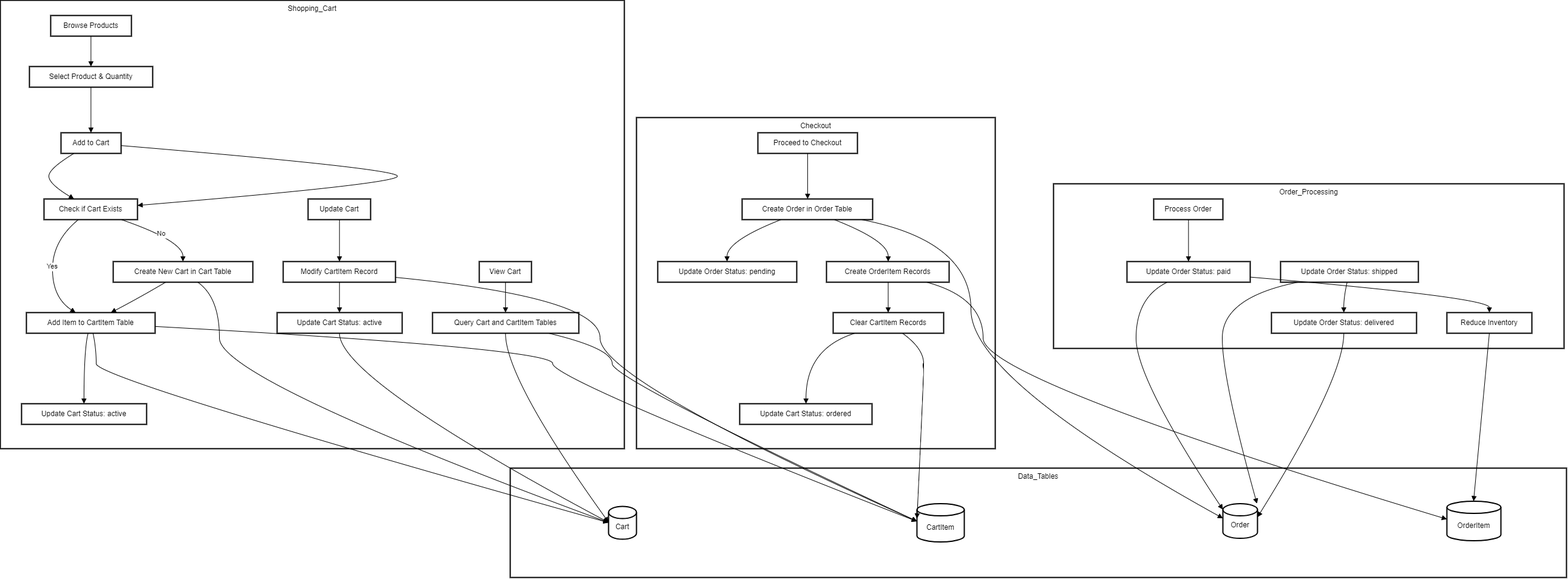
Iwoooooods/OrderSystem keeps this draw.io diagram as 购物流程.drawio.png. Above is the earlier version. Source tidied: cells renumbered, new cells last; positions are measured from the earlier drawing's top-left corner, leaving out a move shared by most shapes.
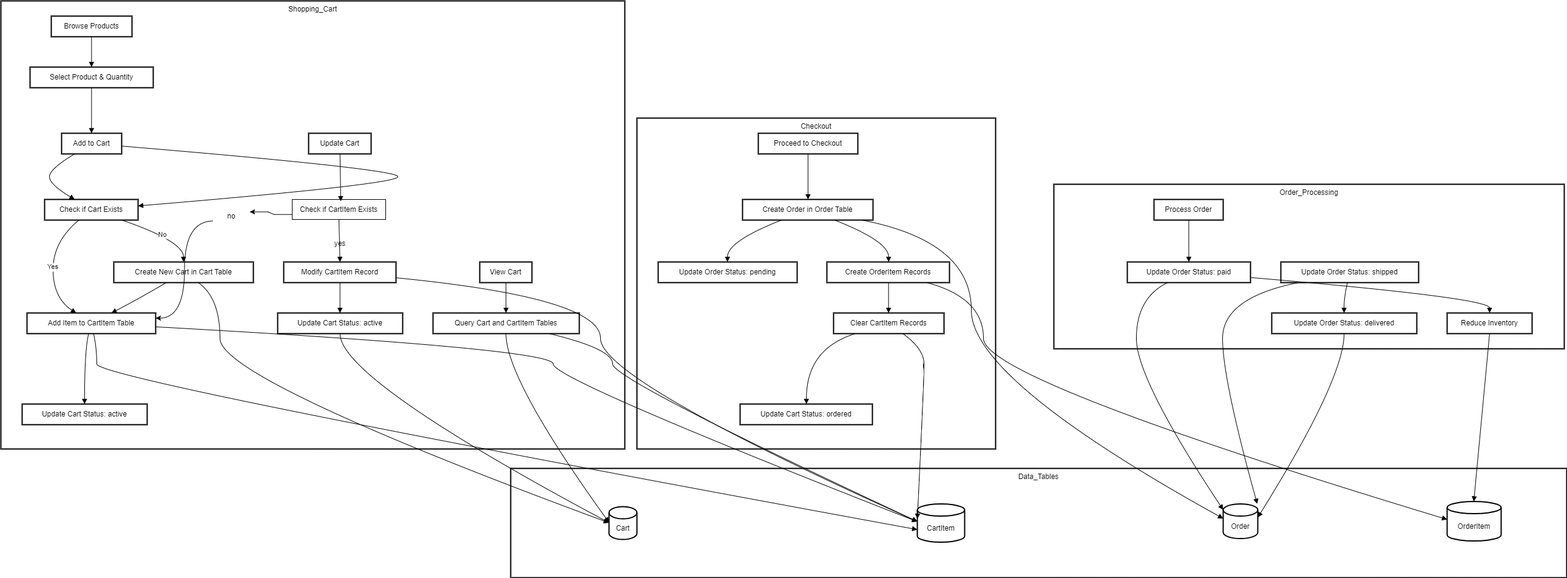
After the change.

What changed in the source:
```diff
@@ -81,7 +81,7 @@
       <mxGeometry x="186" y="430" width="230" height="34" as="geometry" />
     </mxCell>
     <mxCell id="28" value="Update Cart" style="whiteSpace=wrap;strokeWidth=2;" parent="1" vertex="1">
-      <mxGeometry x="507" y="327" width="103" height="34" as="geometry" />
+      <mxGeometry x="507" y="218" width="103" height="34" as="geometry" />
     </mxCell>
     <mxCell id="29" value="Update Cart Status: active" style="whiteSpace=wrap;strokeWidth=2;" parent="1" vertex="1">
       <mxGeometry x="456" y="514" width="206" height="34" as="geometry" />
@@ -163,7 +163,7 @@
         </Array>
       </mxGeometry>
     </mxCell>
-    <mxCell id="44" style="curved=1;startArrow=none;endArrow=block;exitX=0.5021617111650486;exitY=1;entryX=0.5012035472972973;entryY=0;rounded=0;" parent="1" edge="1" source="28" target="30">
+    <mxCell id="44" style="curved=1;startArrow=none;endArrow=block;exitX=0.5;exitY=1;entryX=0.5012035472972973;entryY=0;rounded=0;exitDx=0;exitDy=0;" parent="1" edge="1" source="67" target="30">
       <mxGeometry relative="1" as="geometry" />
     </mxCell>
     <mxCell id="45" style="curved=1;startArrow=none;endArrow=block;exitX=0.5027252906976745;exitY=1;entryX=0.4988978215767635;entryY=0;rounded=0;" parent="1" edge="1" source="31" target="32">
@@ -199,7 +199,7 @@
         </Array>
       </mxGeometry>
     </mxCell>
-    <mxCell id="52" style="curved=1;startArrow=none;endArrow=block;exitX=0.5177485627948113;exitY=1;entryX=0.01065726902173913;entryY=0.4947256608779374;rounded=0;" parent="1" edge="1" source="26" target="3">
+    <mxCell id="52" style="curved=1;startArrow=none;endArrow=block;exitX=0.5177485627948113;exitY=1;entryX=0;entryY=0;rounded=0;entryDx=0;entryDy=42.25;entryPerimeter=0;" parent="1" edge="1" source="26" target="4">
       <mxGeometry relative="1" as="geometry">
         <Array as="points">
           <mxPoint x="158" y="573" />
@@ -303,5 +303,25 @@
         </Array>
       </mxGeometry>
     </mxCell>
+    <mxCell id="66" style="edgeStyle=orthogonalEdgeStyle;rounded=0;jettySize=auto;html=1;exitX=0;exitY=0.75;exitDx=0;exitDy=0;entryX=1;entryY=0.25;entryDx=0;entryDy=0;curved=1;" parent="1" edge="1" source="71" target="26">
+      <mxGeometry relative="1" as="geometry" />
+    </mxCell>
+    <mxCell id="67" value="Check if CartItem Exists" style="rounded=0;whiteSpace=wrap;html=1;" parent="1" vertex="1">
+      <mxGeometry x="480" y="327" width="154" height="33" as="geometry" />
+    </mxCell>
+    <mxCell id="68" style="curved=1;startArrow=none;endArrow=block;exitX=0.5021617111650486;exitY=1;rounded=0;" parent="1" edge="1" source="28">
+      <mxGeometry relative="1" as="geometry">
+        <mxPoint x="560" y="330" as="targetPoint" />
+      </mxGeometry>
+    </mxCell>
+    <mxCell id="69" value="yes" style="text;html=1;align=center;verticalAlign=middle;whiteSpace=wrap;rounded=0;" parent="1" vertex="1">
+      <mxGeometry x="528.5" y="384.5" width="60" height="30" as="geometry" />
+    </mxCell>
+    <mxCell id="70" style="rounded=0;jettySize=auto;html=1;exitX=0;exitY=0.75;exitDx=0;exitDy=0;entryX=1;entryY=0.25;entryDx=0;entryDy=0;elbow=vertical;edgeStyle=entityRelationEdgeStyle;" parent="1" edge="1" source="67" target="71">
+      <mxGeometry relative="1" as="geometry" />
+    </mxCell>
+    <mxCell id="71" value="no" style="text;html=1;align=center;verticalAlign=middle;whiteSpace=wrap;rounded=0;" parent="1" vertex="1">
+      <mxGeometry x="350" y="340" width="60" height="30" as="geometry" />
+    </mxCell>
   </root>
 </mxGraphModel>
```
